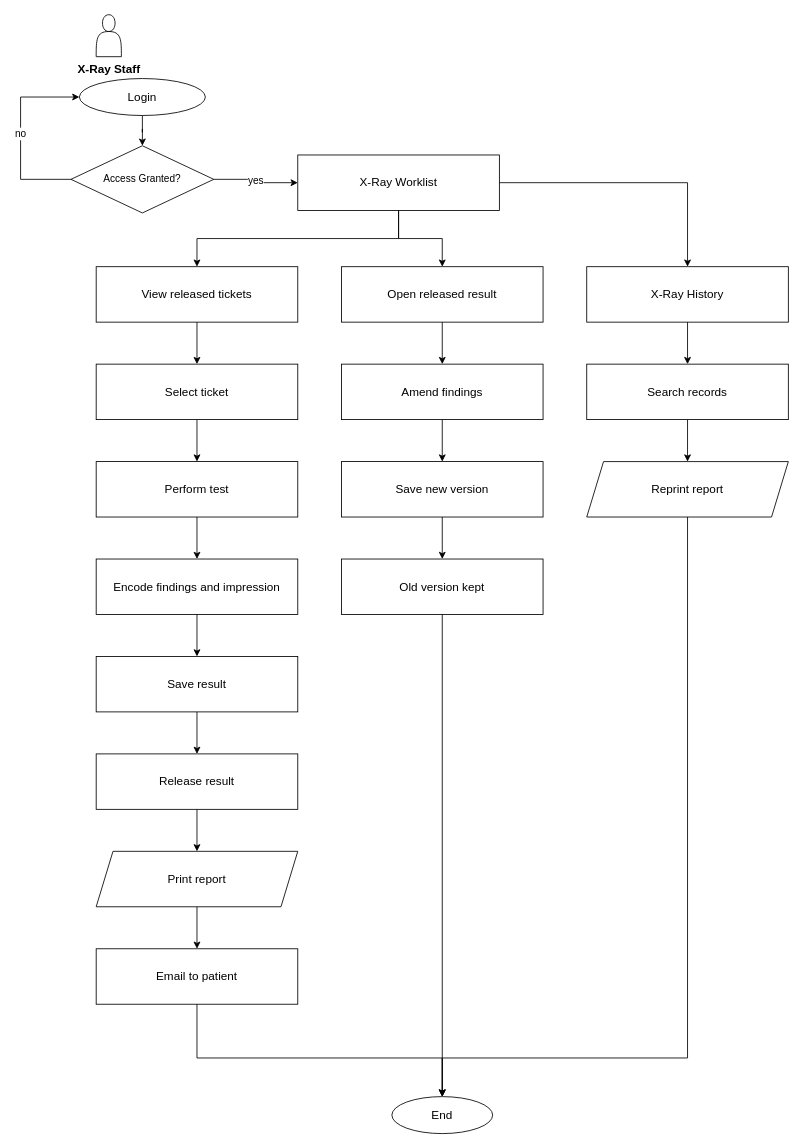
Before: page "X-Ray" (7 of 8) of docs/diagrams/flowcharts.drawio in steven23lz/Enlogada-Clinic-Management-System, a draw.io diagram. Source tidied: cells renumbered, new cells numbered last; positions are measured from the earlier drawing's top-left corner, leaving out a move shared by most shapes. Both pictures are drawn from the tidied source at 84%, with x=0, y=0 at pixel (20, 14).
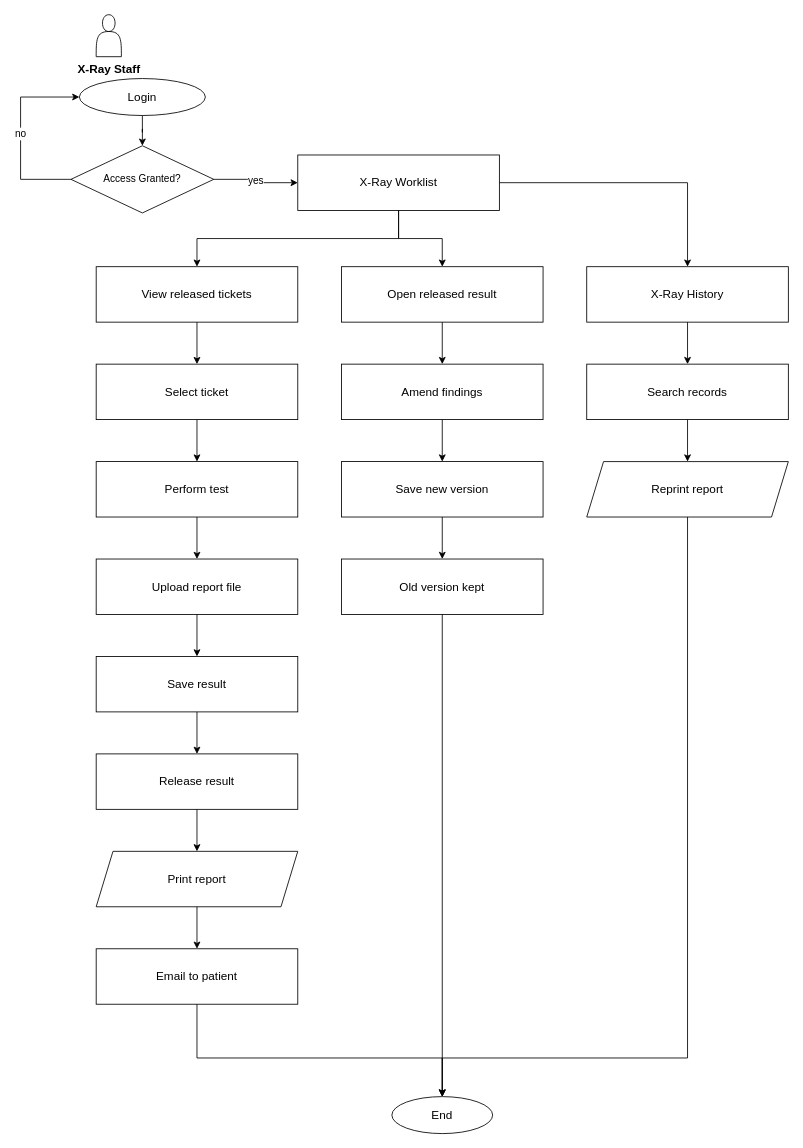
Above is the later version.

The edit, as a diff of the source:
```diff
@@
-    <mxCell id="12" value="Encode findings and impression" style="rounded=0;whiteSpace=wrap;html=1;fontFamily=Helvetica;fontSize=14;fontColor=#000000;strokeColor=#000000;" parent="1" vertex="1">
+    <mxCell id="12" value="Upload report file" style="rounded=0;whiteSpace=wrap;html=1;fontFamily=Helvetica;fontSize=14;fontColor=#000000;strokeColor=#000000;" parent="1" vertex="1">
       <mxGeometry x="90" y="648" width="240" height="66" as="geometry" />
     </mxCell>
```
